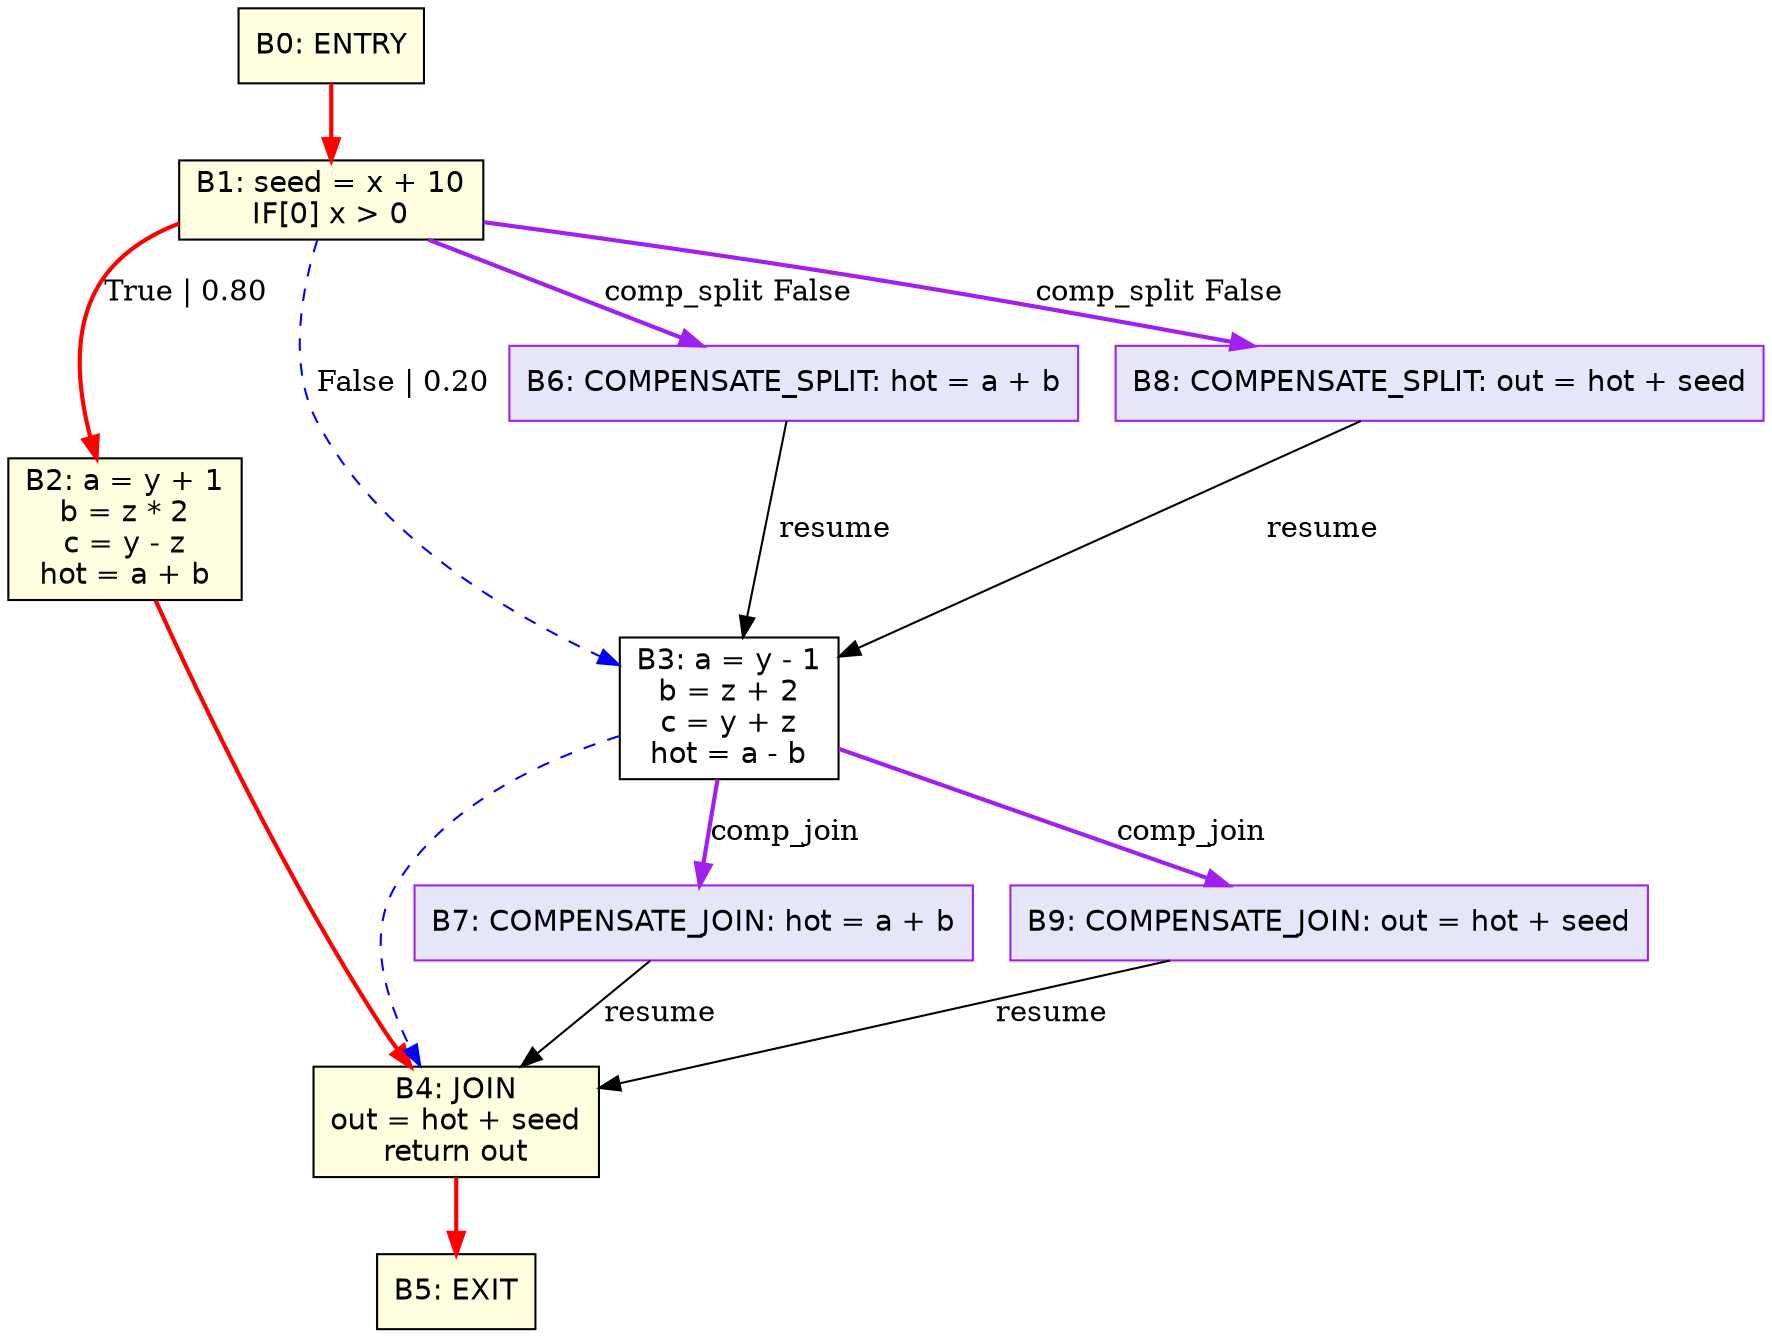
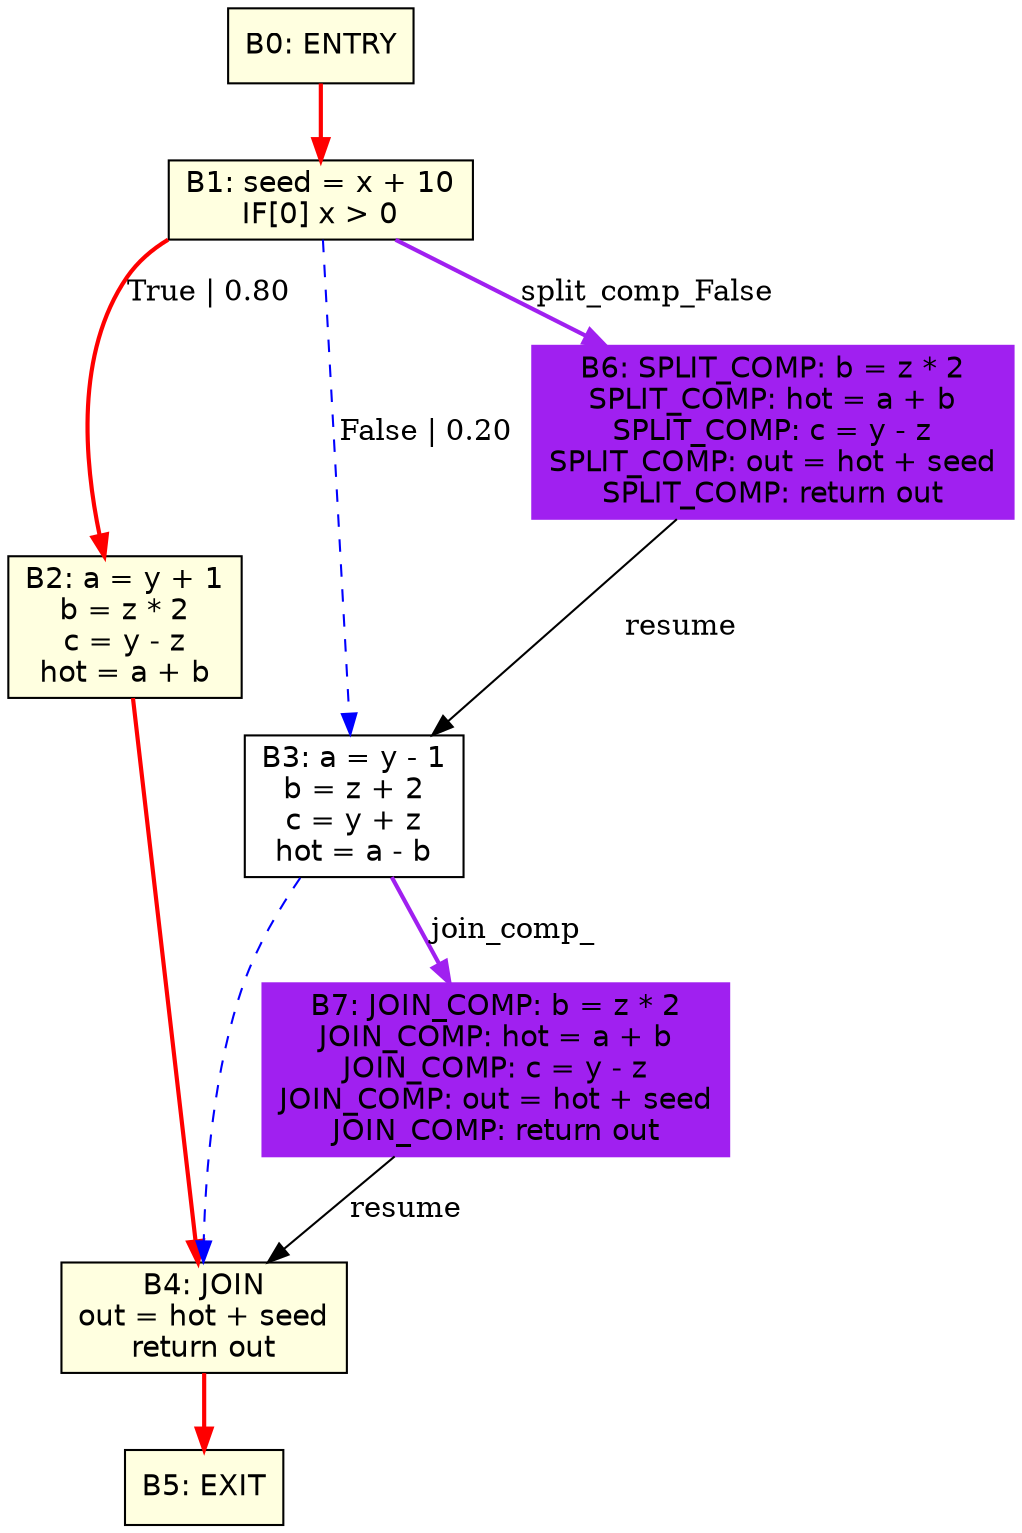
digraph CFG {
  rankdir=TB;
  node [shape=box, fontname=Helvetica];
  B0 [label="B0: ENTRY", style="filled", fillcolor="lightyellow"];
  B1 [label="B1: seed = x + 10\nIF[0] x > 0", style="filled", fillcolor="lightyellow"];
  B2 [label="B2: a = y + 1\nb = z * 2\nc = y - z\nhot = a + b", style="filled", fillcolor="lightyellow"];
  B3 [label="B3: a = y - 1\nb = z + 2\nc = y + z\nhot = a - b"];
  B4 [label="B4: JOIN\nout = hot + seed\nreturn out", style="filled", fillcolor="lightyellow"];
  B5 [label="B5: EXIT", style="filled", fillcolor="lightyellow"];
-   B6 [label="B6: COMPENSATE_SPLIT: hot = a + b", color="purple", style="filled", fillcolor="lavender"];
-   B7 [label="B7: COMPENSATE_JOIN: hot = a + b", color="purple", style="filled", fillcolor="lavender"];
-   B8 [label="B8: COMPENSATE_SPLIT: out = hot + seed", color="purple", style="filled", fillcolor="lavender"];
-   B9 [label="B9: COMPENSATE_JOIN: out = hot + seed", color="purple", style="filled", fillcolor="lavender"];
+   B6 [label="B6: SPLIT_COMP: b = z * 2\nSPLIT_COMP: hot = a + b\nSPLIT_COMP: c = y - z\nSPLIT_COMP: out = hot + seed\nSPLIT_COMP: return out", color="purple", style="filled", fillcolor="purple"];
+   B7 [label="B7: JOIN_COMP: b = z * 2\nJOIN_COMP: hot = a + b\nJOIN_COMP: c = y - z\nJOIN_COMP: out = hot + seed\nJOIN_COMP: return out", color="purple", style="filled", fillcolor="purple"];
  B0 -> B1 [color="red", penwidth=2.0];
  B1 -> B2 [label="True | 0.80", color="red", penwidth=2.0];
  B1 -> B3 [label="False | 0.20", color="blue", style="dashed"];
  B2 -> B4 [color="red", penwidth=2.0];
  B3 -> B4 [color="blue", style="dashed"];
  B4 -> B5 [color="red", penwidth=2.0];
-   B1 -> B6 [label="comp_split False", color="purple", penwidth=2.0];
+   B1 -> B6 [label="split_comp_False", color="purple", penwidth=2.0];
  B6 -> B3 [label="resume"];
-   B3 -> B7 [label="comp_join ", color="purple", penwidth=2.0];
+   B3 -> B7 [label="join_comp_", color="purple", penwidth=2.0];
  B7 -> B4 [label="resume"];
-   B1 -> B8 [label="comp_split False", color="purple", penwidth=2.0];
-   B8 -> B3 [label="resume"];
-   B3 -> B9 [label="comp_join ", color="purple", penwidth=2.0];
-   B9 -> B4 [label="resume"];
}